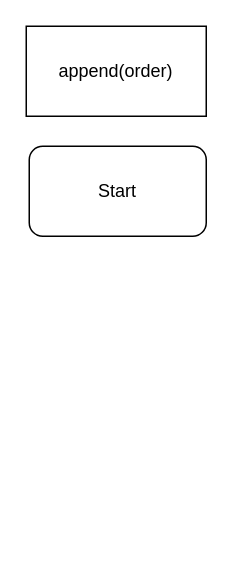
This is E-Commerce Order Processing System.drawio from yanatnsc/E-Commerce-Order-Processing-System, a draw.io file, before an edit. Source tidied: cells renumbered, new cells numbered last; positions are measured from the earlier drawing's top-left corner, leaving out a move shared by most shapes. Both pictures are drawn from the tidied source at 150%, with x=0, y=0 at pixel (26, 26).
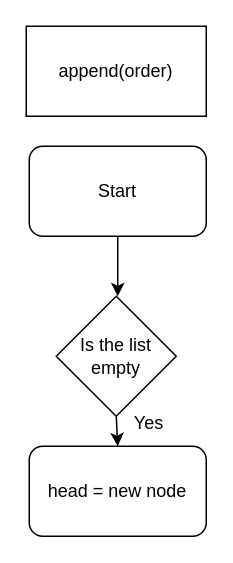
Above is the later version.

What changed in the source:
```diff
@@
 <mxGraphModel>
   <root>
     <mxCell id="0" />
     <mxCell id="1" parent="0" />
+    <mxCell id="4" style="edgeStyle=orthogonalEdgeStyle;rounded=0;jettySize=auto;html=1;exitX=0.5;exitY=1;exitDx=0;exitDy=0;" parent="1" edge="1" source="2">
+      <mxGeometry relative="1" as="geometry">
+        <mxPoint x="61" y="180" as="targetPoint" />
+      </mxGeometry>
+    </mxCell>
     <mxCell id="2" value="Start" style="rounded=1;whiteSpace=wrap;html=1;" parent="1" vertex="1">
       <mxGeometry x="2" y="80" width="118" height="60" as="geometry" />
     </mxCell>
     <mxCell id="3" value="append(order)" style="rounded=0;whiteSpace=wrap;html=1;" parent="1" vertex="1">
       <mxGeometry width="120" height="60" as="geometry" />
     </mxCell>
+    <mxCell id="5" style="endArrow=classic;html=1;rounded=0;exitX=0.5;exitY=1;exitDx=0;exitDy=0;entryX=0.5;entryY=0;entryDx=0;entryDy=0;" parent="1" edge="1" source="6" target="7">
+      <mxGeometry relative="1" as="geometry" />
+    </mxCell>
+    <mxCell id="6" value="Is the list empty" style="rhombus;whiteSpace=wrap;html=1;" parent="1" vertex="1">
+      <mxGeometry x="20" y="180" width="80" height="80" as="geometry" />
+    </mxCell>
+    <mxCell id="7" value="head = new node" style="rounded=1;whiteSpace=wrap;html=1;" parent="1" vertex="1">
+      <mxGeometry x="2" y="280" width="118" height="60" as="geometry" />
+    </mxCell>
+    <mxCell id="8" value="Yes" style="text;html=1;align=center;verticalAlign=middle;whiteSpace=wrap;rounded=0;" parent="1" vertex="1">
+      <mxGeometry x="52" y="250" width="60" height="30" as="geometry" />
+    </mxCell>
   </root>
 </mxGraphModel>
```
